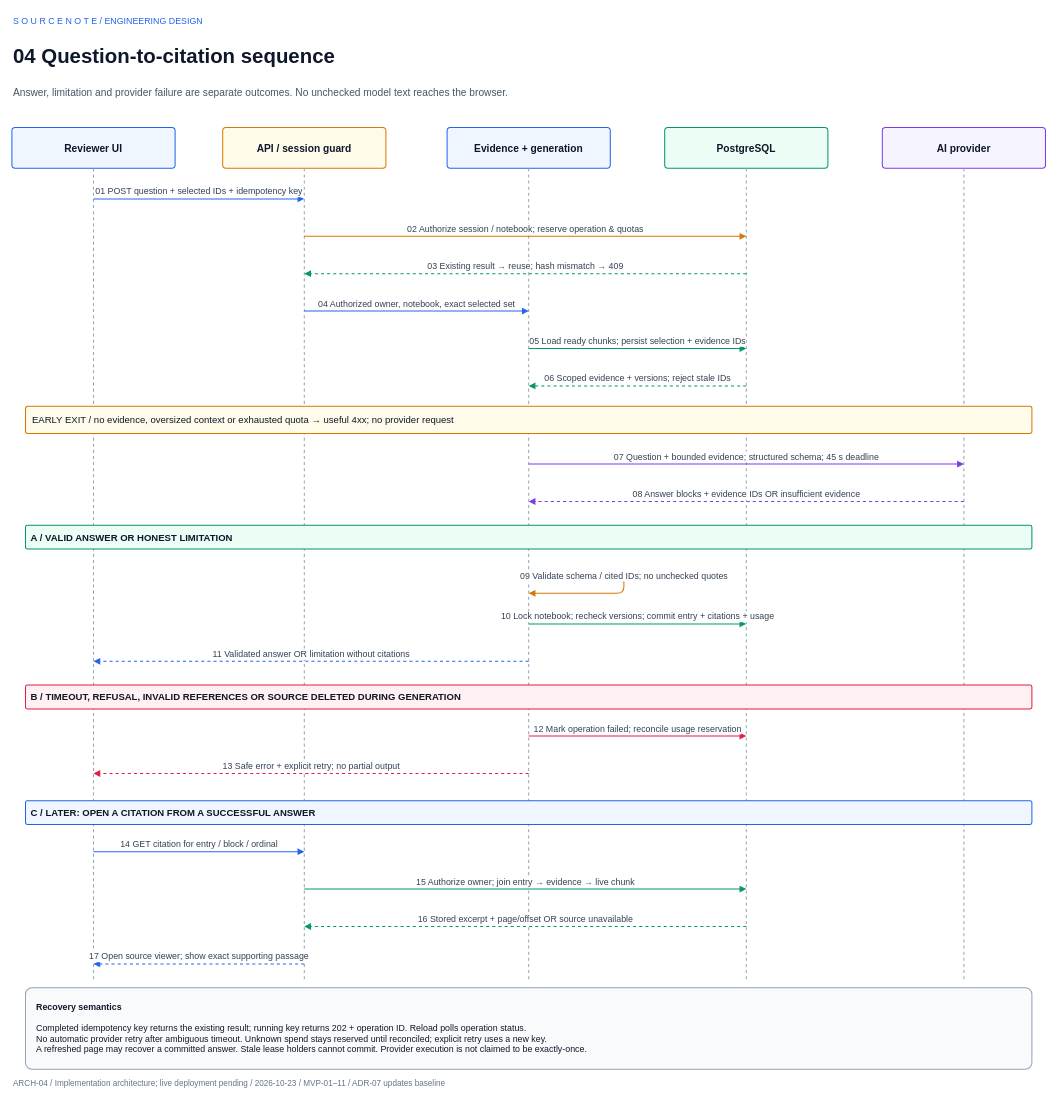
Before: page "ARCH-04 | Question-to-citation sequence" (4 of 4) of docs/architecture/notebooklm-clone.drawio in jadomer98/sourcenote, a draw.io diagram. Source tidied: cells renumbered, new cells numbered last; positions are measured from the earlier drawing's top-left corner, leaving out a move shared by most shapes. Both pictures are drawn from the tidied source at 68%, with x=0, y=0 at pixel (12, 12).
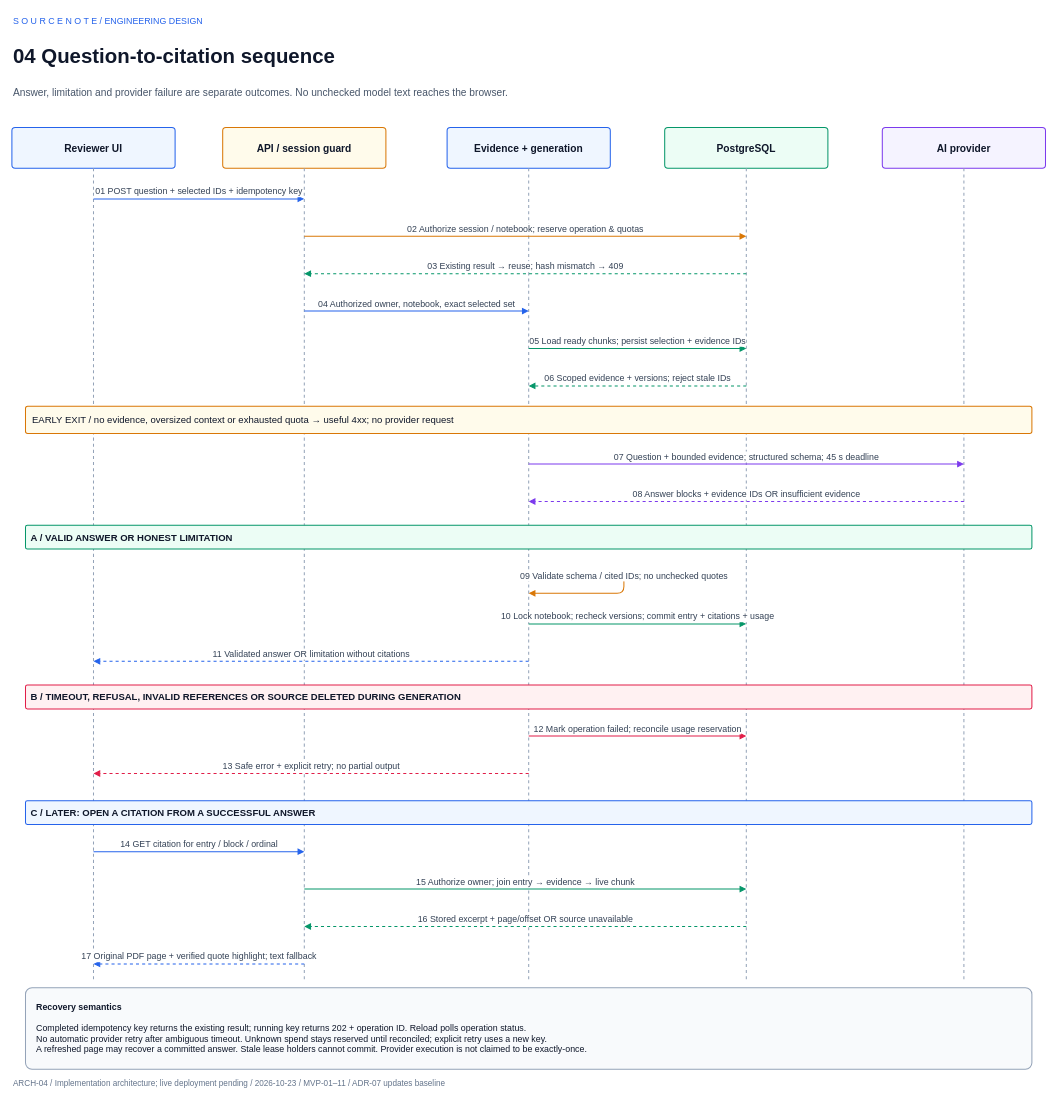
The same page after the edit.

What changed in the source:
```diff
@@
-    <mxCell id="36" value="17  Open source viewer; show exact supporting passage" style="html=1;endArrow=block;endFill=1;strokeColor=#2563EB;strokeWidth=1.5;dashed=1;fontFamily=Helvetica;fontSize=13;fontColor=#334155;labelBackgroundColor=#FFFFFF;verticalAlign=bottom;" parent="1" edge="1">
+    <mxCell id="36" value="17  Original PDF page + verified quote highlight; text fallback" style="html=1;endArrow=block;endFill=1;strokeColor=#2563EB;strokeWidth=1.5;dashed=1;fontFamily=Helvetica;fontSize=13;fontColor=#334155;labelBackgroundColor=#FFFFFF;verticalAlign=bottom;" parent="1" edge="1">
       <mxGeometry relative="1" as="geometry">
         <mxPoint x="430" y="1400" as="sourcePoint" />
         <mxPoint x="120" y="1400" as="targetPoint" />
       </mxGeometry>
     </mxCell>
```
